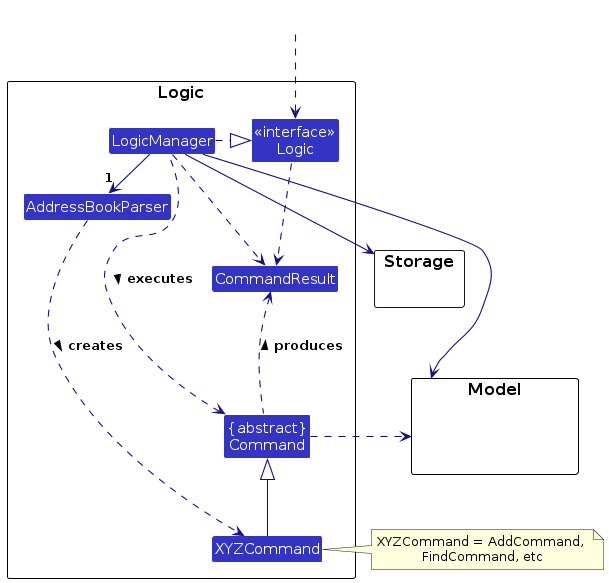
Before: diagrams/LogicClassDiagram.png, a diagram exported from PlantUML (AY2324S1-CS2103T-T14-3/tp). Its source is kept beside it as diagrams/LogicClassDiagram.puml. The source it was exported from:
```plantuml
@startuml
!include style.puml
skinparam arrowThickness 1.1
skinparam arrowColor LOGIC_COLOR_T4
skinparam classBackgroundColor LOGIC_COLOR

package Logic as LogicPackage {

Class AddressBookParser
Class XYZCommand
Class CommandResult
Class "{abstract}\nCommand" as Command


Class "<<interface>>\nLogic" as Logic
Class LogicManager
}

package Model {
Class HiddenModel #FFFFFF
}

package Storage {
}

Class HiddenOutside #FFFFFF
HiddenOutside ..> Logic

LogicManager .right.|> Logic
LogicManager -right->"1" AddressBookParser
AddressBookParser ..> XYZCommand : creates >

XYZCommand -up-|> Command
LogicManager .left.> Command : executes >

LogicManager --> Model
LogicManager --> Storage
Storage --[hidden] Model
Command .[hidden]up.> Storage
Command .right.> Model
note right of XYZCommand: XYZCommand = AddCommand, \nFindCommand, etc

Logic ..> CommandResult
LogicManager .down.> CommandResult
Command .up.> CommandResult : produces >
@enduml
```
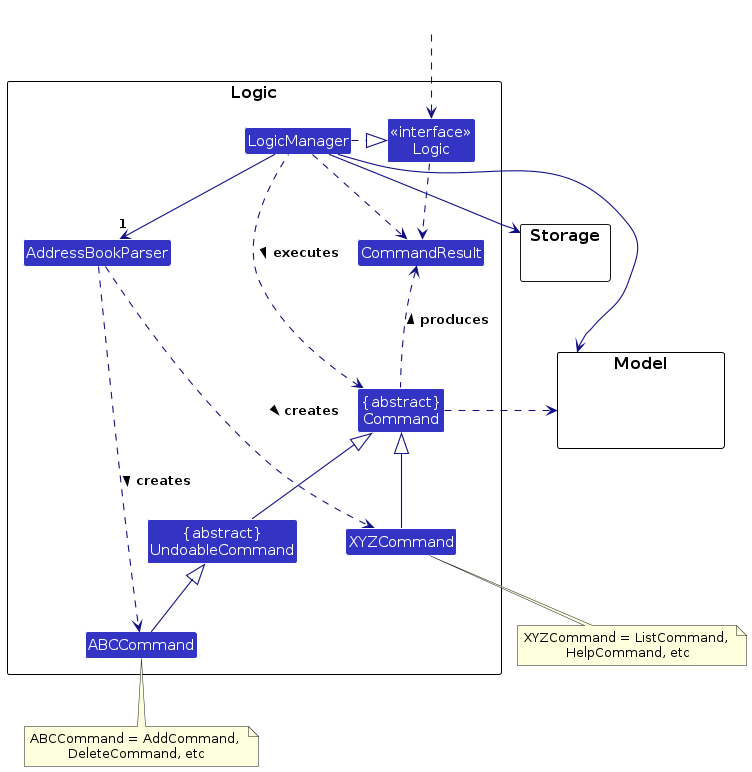
Later version of the same file.

Diff of the diagram source:
```diff
@@ -8,7 +8,9 @@
 
 Class AddressBookParser
 Class XYZCommand
+Class ABCCommand
 Class CommandResult
+Class "{abstract}\nUndoableCommand" as UndoableCommand
 Class "{abstract}\nCommand" as Command
 
 
@@ -28,8 +30,11 @@
 
 LogicManager .right.|> Logic
 LogicManager -right->"1" AddressBookParser
-AddressBookParser ..> XYZCommand : creates >
+AddressBookParser ..> ABCCommand : creates >
+AddressBookParser ...> XYZCommand :  creates >
 
+UndoableCommand -up-|> Command
+ABCCommand -up-|> UndoableCommand
 XYZCommand -up-|> Command
 LogicManager .left.> Command : executes >
 
@@ -38,7 +43,8 @@
 Storage --[hidden] Model
 Command .[hidden]up.> Storage
 Command .right.> Model
-note right of XYZCommand: XYZCommand = AddCommand, \nFindCommand, etc
+note bottom of XYZCommand: XYZCommand = ListCommand, \nHelpCommand, etc
+note bottom of ABCCommand: ABCCommand = AddCommand, \nDeleteCommand, etc
 
 Logic ..> CommandResult
 LogicManager .down.> CommandResult
```
